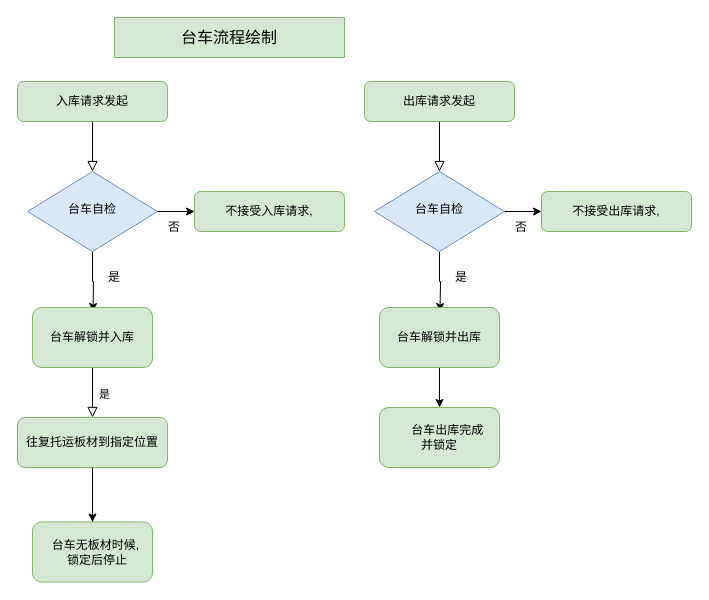
This is 未命名绘图.drawio from xiaoDingc/awesome-job, a draw.io file, before an edit. Source tidied: cells renumbered, new cells numbered last; positions are measured from the earlier drawing's top-left corner, leaving out a move shared by most shapes. Both pictures are drawn from the tidied source at 100%, with x=0, y=0 at pixel (17, 17).
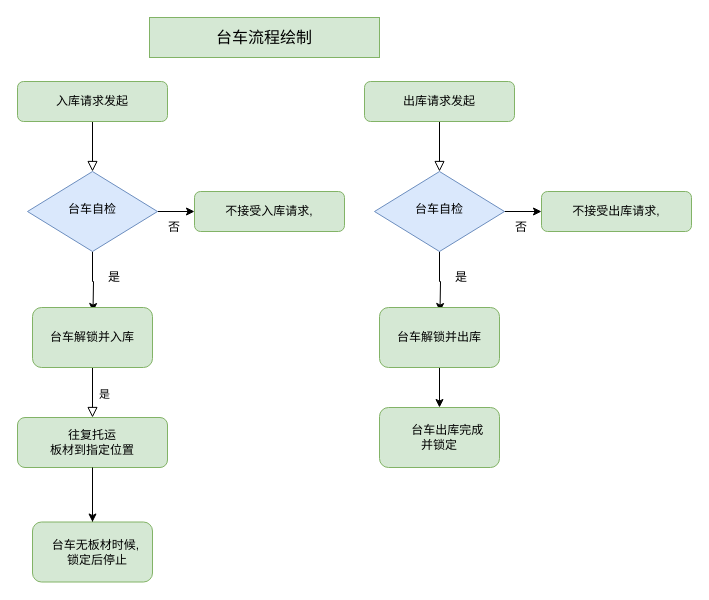
The same diagram, later.

Commit message (it also covers changes not shown here):
台车流程绘制.drawio

Change to the diagram source:
```diff
@@
-    <mxCell id="10" value="往复托运板材到指定位置" style="rounded=1;whiteSpace=wrap;html=1;fontSize=12;glass=0;strokeWidth=1;shadow=0;fillColor=#d5e8d4;strokeColor=#82b366;" parent="1" vertex="1">
+    <mxCell id="10" value="往复托运&lt;br&gt;板材到指定位置" style="rounded=1;whiteSpace=wrap;html=1;fontSize=12;glass=0;strokeWidth=1;shadow=0;fillColor=#d5e8d4;strokeColor=#82b366;" parent="1" vertex="1">
       <mxGeometry y="400" width="150" height="50" as="geometry" />
     </mxCell>
     <mxCell id="11" value="&lt;font style=&quot;font-size: 16px&quot;&gt;台车流程绘制&lt;/font&gt;" style="text;html=1;strokeColor=#82b366;fillColor=#d5e8d4;align=center;verticalAlign=middle;whiteSpace=wrap;rounded=0;" parent="1" vertex="1">
-      <mxGeometry x="97" width="230" height="40" as="geometry" />
+      <mxGeometry x="132" width="230" height="40" as="geometry" />
     </mxCell>
```
